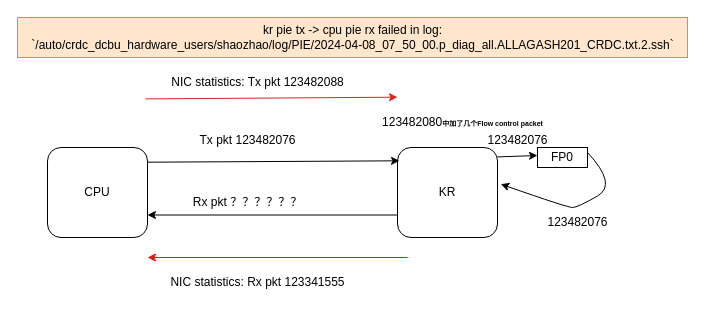
Above: CPU_KR_PIE_ERROR.drawio in kongzhongfeima/draw_io (draw.io), before the change. Source tidied: cells renumbered, new cells numbered last; positions are measured from the earlier drawing's top-left corner, leaving out a move shared by most shapes. Both pictures are drawn from the tidied source at 100%, with x=0, y=0 at pixel (17, 17).
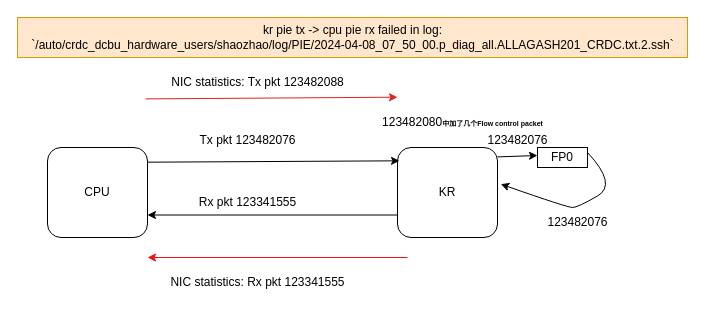
Above is the later version.

The edit, as a diff of the source:
```diff
@@
-    <mxCell id="6" value="Rx pkt&amp;nbsp;？？？？？？" style="text;html=1;align=center;verticalAlign=middle;strokeColor=none;fillColor=none;" parent="1" vertex="1">
-      <mxGeometry x="165" y="170" width="130" height="30" as="geometry" />
+    <mxCell id="6" value="Rx pkt&amp;nbsp;123341555" style="text;html=1;align=center;verticalAlign=middle;strokeColor=none;fillColor=none;" parent="1" vertex="1">
+      <mxGeometry x="170" y="170" width="120" height="30" as="geometry" />
     </mxCell>
```
